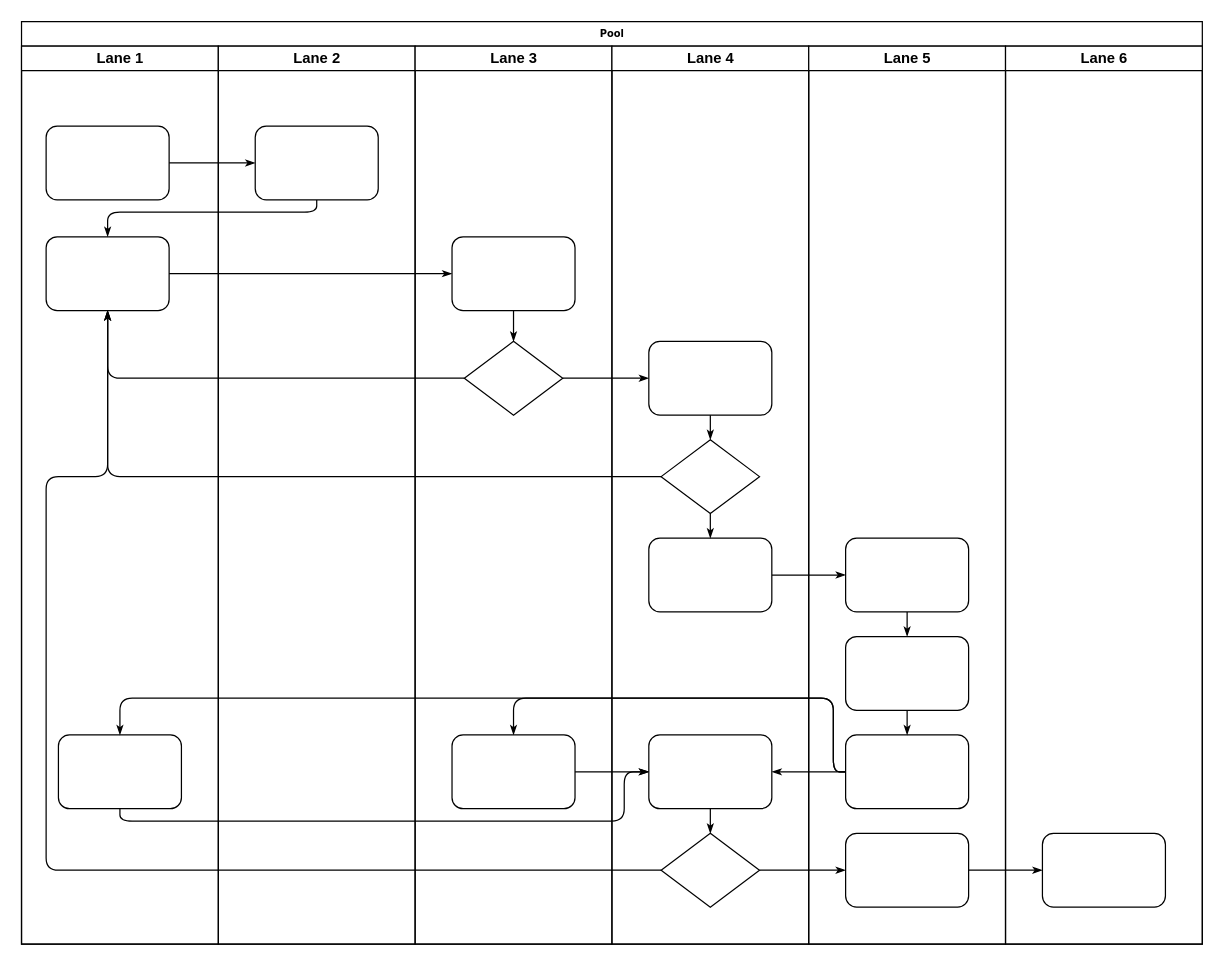
The draw.io diagram KOMPE_problemstillingstre.drawio in gardenberg/drawio_tegninger, before the edit. Source tidied: cells renumbered, new cells numbered last; positions are measured from the earlier drawing's top-left corner, leaving out a move shared by most shapes. Both pictures are drawn from the tidied source at 123%, with x=0, y=0 at pixel (21, 21).
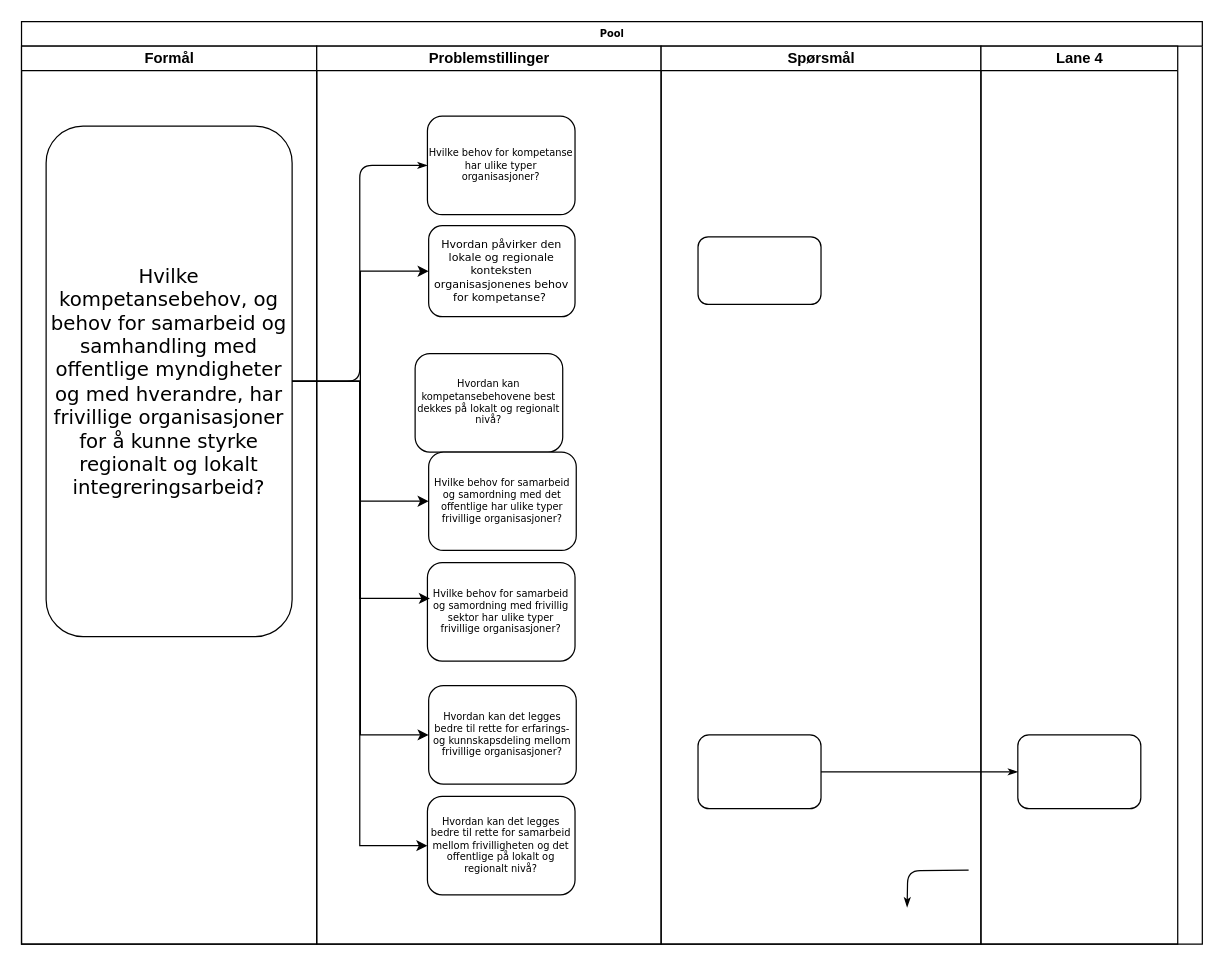
The same page after the edit.

Unchanged cells that the change refers to:
```xml
<mxCell id="2" value="Pool" style="swimlane;html=1;startSize=20;rounded=0;shadow=0;labelBackgroundColor=none;strokeWidth=1;fontFamily=Verdana;fontSize=8;align=center;" parent="1" vertex="1">
  <mxGeometry width="960" height="750" as="geometry" />
</mxCell>
<mxCell id="27" style="rounded=1;whiteSpace=wrap;html=1;shadow=0;labelBackgroundColor=none;strokeWidth=1;fontFamily=Verdana;fontSize=8;align=center;" parent="24" vertex="1">
  <mxGeometry x="30" y="560" width="100" height="60" as="geometry" />
</mxCell>
<mxCell id="33" style="rounded=1;whiteSpace=wrap;html=1;shadow=0;labelBackgroundColor=none;strokeWidth=1;fontFamily=Verdana;fontSize=8;align=center;" parent="29" vertex="1">
  <mxGeometry x="30" y="560" width="100" height="60" as="geometry" />
</mxCell>
```

What changed in the source:
```diff
@@
-    <mxCell id="3" value="Lane 1" style="swimlane;html=1;startSize=20;" parent="2" vertex="1">
-      <mxGeometry y="20" width="160" height="730" as="geometry" />
+    <mxCell id="3" value="Formål" style="swimlane;html=1;startSize=20;" parent="2" vertex="1">
+      <mxGeometry y="20" width="240" height="730" as="geometry" />
     </mxCell>
-    <mxCell id="4" style="rounded=1;whiteSpace=wrap;html=1;shadow=0;labelBackgroundColor=none;strokeWidth=1;fontFamily=Verdana;fontSize=8;align=center;" parent="3" vertex="1">
-      <mxGeometry x="20" y="65" width="100" height="60" as="geometry" />
+    <mxCell id="4" value="Hvilke kompetansebehov, og behov for samarbeid og samhandling med offentlige myndigheter og med hverandre, har frivillige organisasjoner for å kunne styrke regionalt og lokalt integreringsarbeid?" style="rounded=1;whiteSpace=wrap;html=1;shadow=0;labelBackgroundColor=none;strokeWidth=1;fontFamily=Verdana;fontSize=16;align=center;" parent="3" vertex="1">
+      <mxGeometry x="20" y="65" width="200" height="415" as="geometry" />
     </mxCell>
-    <mxCell id="5" style="rounded=1;whiteSpace=wrap;html=1;shadow=0;labelBackgroundColor=none;strokeWidth=1;fontFamily=Verdana;fontSize=8;align=center;" parent="3" vertex="1">
-      <mxGeometry x="20" y="155" width="100" height="60" as="geometry" />
-    </mxCell>
-    <mxCell id="6" style="rounded=1;whiteSpace=wrap;html=1;shadow=0;labelBackgroundColor=none;strokeWidth=1;fontFamily=Verdana;fontSize=8;align=center;" parent="3" vertex="1">
-      <mxGeometry x="30" y="560" width="100" height="60" as="geometry" />
-    </mxCell>
@@
-    <mxCell id="8" style="edgeStyle=orthogonalEdgeStyle;rounded=1;html=1;labelBackgroundColor=none;startArrow=none;startFill=0;startSize=5;endArrow=classicThin;endFill=1;endSize=5;jettySize=auto;strokeWidth=1;fontFamily=Verdana;fontSize=8;" parent="2" edge="1" source="23" target="5">
-      <mxGeometry relative="1" as="geometry">
-        <Array as="points">
-          <mxPoint x="240" y="155" />
-          <mxPoint x="70" y="155" />
-        </Array>
-      </mxGeometry>
-    </mxCell>
-    <mxCell id="9" style="edgeStyle=orthogonalEdgeStyle;rounded=1;html=1;labelBackgroundColor=none;startArrow=none;startFill=0;startSize=5;endArrow=classicThin;endFill=1;endSize=5;jettySize=auto;strokeWidth=1;fontFamily=Verdana;fontSize=8;" parent="2" edge="1" source="5" target="25">
-      <mxGeometry relative="1" as="geometry" />
-    </mxCell>
-    <mxCell id="10" style="edgeStyle=orthogonalEdgeStyle;rounded=1;html=1;labelBackgroundColor=none;startArrow=none;startFill=0;startSize=5;endArrow=classicThin;endFill=1;endSize=5;jettySize=auto;strokeWidth=1;fontFamily=Verdana;fontSize=8;" parent="2" edge="1" source="26" target="5">
-      <mxGeometry relative="1" as="geometry" />
-    </mxCell>
-    <mxCell id="11" style="edgeStyle=orthogonalEdgeStyle;rounded=1;html=1;labelBackgroundColor=none;startArrow=none;startFill=0;startSize=5;endArrow=classicThin;endFill=1;endSize=5;jettySize=auto;strokeWidth=1;fontFamily=Verdana;fontSize=8;" parent="2" edge="1" source="31" target="5">
-      <mxGeometry relative="1" as="geometry" />
-    </mxCell>
-    <mxCell id="12" style="edgeStyle=orthogonalEdgeStyle;rounded=1;html=1;labelBackgroundColor=none;startArrow=none;startFill=0;startSize=5;endArrow=classicThin;endFill=1;endSize=5;jettySize=auto;strokeWidth=1;fontFamily=Verdana;fontSize=8;" parent="2" edge="1" source="34" target="5">
-      <mxGeometry relative="1" as="geometry">
-        <Array as="points">
-          <mxPoint x="20" y="690" />
-          <mxPoint x="20" y="370" />
-          <mxPoint x="70" y="370" />
-        </Array>
-      </mxGeometry>
-    </mxCell>
-    <mxCell id="13" style="edgeStyle=orthogonalEdgeStyle;rounded=1;html=1;labelBackgroundColor=none;startArrow=none;startFill=0;startSize=5;endArrow=classicThin;endFill=1;endSize=5;jettySize=auto;strokeWidth=1;fontFamily=Verdana;fontSize=8;" parent="2" edge="1" source="26" target="30">
-      <mxGeometry relative="1" as="geometry" />
-    </mxCell>
-    <mxCell id="14" style="edgeStyle=orthogonalEdgeStyle;rounded=1;html=1;labelBackgroundColor=none;startArrow=none;startFill=0;startSize=5;endArrow=classicThin;endFill=1;endSize=5;jettySize=auto;strokeWidth=1;fontFamily=Verdana;fontSize=8;" parent="2" edge="1" source="34" target="42">
-      <mxGeometry relative="1" as="geometry" />
-    </mxCell>
-    <mxCell id="15" style="edgeStyle=orthogonalEdgeStyle;rounded=1;html=1;labelBackgroundColor=none;startArrow=none;startFill=0;startSize=5;endArrow=classicThin;endFill=1;endSize=5;jettySize=auto;strokeWidth=1;fontFamily=Verdana;fontSize=8;" parent="2" edge="1" source="42" target="46">
-      <mxGeometry relative="1" as="geometry" />
+    <mxCell id="15" style="edgeStyle=orthogonalEdgeStyle;rounded=1;html=1;labelBackgroundColor=none;startArrow=none;startFill=0;startSize=5;endArrow=classicThin;endFill=1;endSize=5;jettySize=auto;orthogonalLoop=1;strokeWidth=1;fontFamily=Verdana;fontSize=8;" parent="2" edge="1">
+      <mxGeometry relative="1" as="geometry">
+        <mxPoint x="770" y="690" as="sourcePoint" />
+        <mxPoint x="720" y="720" as="targetPoint" />
+      </mxGeometry>
     </mxCell>
-    <mxCell id="16" style="edgeStyle=orthogonalEdgeStyle;rounded=1;html=1;labelBackgroundColor=none;startArrow=none;startFill=0;startSize=5;endArrow=classicThin;endFill=1;endSize=5;jettySize=auto;strokeWidth=1;fontFamily=Verdana;fontSize=8;" parent="2" edge="1" source="32" target="39">
-      <mxGeometry relative="1" as="geometry" />
-    </mxCell>
-    <mxCell id="17" style="edgeStyle=orthogonalEdgeStyle;rounded=1;html=1;labelBackgroundColor=none;startArrow=none;startFill=0;startSize=5;endArrow=classicThin;endFill=1;endSize=5;jettySize=auto;strokeWidth=1;fontFamily=Verdana;fontSize=8;" parent="2" edge="1" source="41" target="27">
-      <mxGeometry relative="1" as="geometry">
-        <Array as="points">
-          <mxPoint x="660" y="610" />
-          <mxPoint x="660" y="550" />
-          <mxPoint x="400" y="550" />
-        </Array>
-      </mxGeometry>
-    </mxCell>
-    <mxCell id="18" style="edgeStyle=orthogonalEdgeStyle;rounded=1;html=1;labelBackgroundColor=none;startArrow=none;startFill=0;startSize=5;endArrow=classicThin;endFill=1;endSize=5;jettySize=auto;strokeColor=#000000;strokeWidth=1;fontFamily=Verdana;fontSize=8;fontColor=#000000;" parent="2" edge="1" source="41" target="33">
-      <mxGeometry relative="1" as="geometry" />
-    </mxCell>
-    <mxCell id="19" style="edgeStyle=orthogonalEdgeStyle;rounded=1;html=1;labelBackgroundColor=none;startArrow=none;startFill=0;startSize=5;endArrow=classicThin;endFill=1;endSize=5;jettySize=auto;strokeWidth=1;fontFamily=Verdana;fontSize=8;" parent="2" edge="1" source="41" target="6">
-      <mxGeometry relative="1" as="geometry">
-        <Array as="points">
-          <mxPoint x="660" y="610" />
-          <mxPoint x="660" y="550" />
-          <mxPoint x="80" y="550" />
-        </Array>
-      </mxGeometry>
-    </mxCell>
-    <mxCell id="20" style="edgeStyle=orthogonalEdgeStyle;rounded=1;html=1;labelBackgroundColor=none;startArrow=none;startFill=0;startSize=5;endArrow=classicThin;endFill=1;endSize=5;jettySize=auto;strokeWidth=1;fontFamily=Verdana;fontSize=8;" parent="2" edge="1" source="6" target="33">
-      <mxGeometry relative="1" as="geometry">
-        <Array as="points">
-          <mxPoint x="80" y="650" />
-          <mxPoint x="490" y="650" />
-          <mxPoint x="490" y="610" />
-        </Array>
-      </mxGeometry>
-    </mxCell>
@@
-    <mxCell id="22" value="Lane 2" style="swimlane;html=1;startSize=20;" parent="2" vertex="1">
-      <mxGeometry x="160" y="20" width="160" height="730" as="geometry" />
+    <mxCell id="22" value="Problemstillinger" style="swimlane;html=1;startSize=20;" parent="2" vertex="1">
+      <mxGeometry x="240" y="20" width="280" height="730" as="geometry" />
     </mxCell>
-    <mxCell id="23" style="rounded=1;whiteSpace=wrap;html=1;shadow=0;labelBackgroundColor=none;strokeWidth=1;fontFamily=Verdana;fontSize=8;align=center;" parent="22" vertex="1">
-      <mxGeometry x="30" y="65" width="100" height="60" as="geometry" />
+    <mxCell id="23" value="Hvilke behov for kompetanse har ulike typer organisasjoner?" style="rounded=1;whiteSpace=wrap;html=1;shadow=0;labelBackgroundColor=none;strokeWidth=1;fontFamily=Verdana;fontSize=8;align=center;" parent="22" vertex="1">
+      <mxGeometry x="90" y="57" width="120" height="80" as="geometry" />
     </mxCell>
+    <mxCell id="5" value="Hvordan påvirker den lokale og regionale konteksten organisasjonenes behov for kompetanse?&amp;nbsp;" style="rounded=1;whiteSpace=wrap;html=1;shadow=0;labelBackgroundColor=none;strokeWidth=1;fontFamily=Verdana;fontSize=9;align=center;" parent="22" vertex="1">
+      <mxGeometry x="91" y="146" width="119" height="74" as="geometry" />
+    </mxCell>
+    <mxCell id="47" value="Hvordan kan kompetansebehovene best dekkes på lokalt og regionalt nivå?" style="rounded=1;whiteSpace=wrap;html=1;shadow=0;labelBackgroundColor=none;strokeWidth=1;fontFamily=Verdana;fontSize=8;align=center;" parent="22" vertex="1">
+      <mxGeometry x="80" y="250" width="120" height="80" as="geometry" />
+    </mxCell>
+    <mxCell id="48" value="Hvilke behov for samarbeid og samordning med det offentlige har ulike typer frivillige organisasjoner?" style="rounded=1;whiteSpace=wrap;html=1;shadow=0;labelBackgroundColor=none;strokeWidth=1;fontFamily=Verdana;fontSize=8;align=center;" parent="22" vertex="1">
+      <mxGeometry x="91" y="330" width="120" height="80" as="geometry" />
+    </mxCell>
+    <mxCell id="49" value="Hvordan kan det legges bedre til rette for samarbeid mellom frivilligheten og det offentlige på lokalt og regionalt nivå?" style="rounded=1;whiteSpace=wrap;html=1;shadow=0;labelBackgroundColor=none;strokeWidth=1;fontFamily=Verdana;fontSize=8;align=center;" parent="22" vertex="1">
+      <mxGeometry x="90" y="610" width="120" height="80" as="geometry" />
+    </mxCell>
+    <mxCell id="50" value="Hvordan kan det legges bedre til rette for erfarings- og kunnskapsdeling mellom frivillige organisasjoner?" style="rounded=1;whiteSpace=wrap;html=1;shadow=0;labelBackgroundColor=none;strokeWidth=1;fontFamily=Verdana;fontSize=8;align=center;" parent="22" vertex="1">
+      <mxGeometry x="91" y="520" width="120" height="80" as="geometry" />
+    </mxCell>
+    <mxCell id="51" value="Hvilke behov for samarbeid og samordning med frivillig sektor har ulike typer frivillige organisasjoner?" style="rounded=1;whiteSpace=wrap;html=1;shadow=0;labelBackgroundColor=none;strokeWidth=1;fontFamily=Verdana;fontSize=8;align=center;" parent="22" vertex="1">
+      <mxGeometry x="90" y="420" width="120" height="80" as="geometry" />
+    </mxCell>
-    <mxCell id="24" value="Lane 3" style="swimlane;html=1;startSize=20;" parent="2" vertex="1">
-      <mxGeometry x="320" y="20" width="160" height="730" as="geometry" />
+    <mxCell id="24" value="Spørsmål" style="swimlane;html=1;startSize=20;" parent="2" vertex="1">
+      <mxGeometry x="520" y="20" width="260" height="730" as="geometry" />
     </mxCell>
     <mxCell id="25" style="rounded=1;whiteSpace=wrap;html=1;shadow=0;labelBackgroundColor=none;strokeWidth=1;fontFamily=Verdana;fontSize=8;align=center;" parent="24" vertex="1">
-      <mxGeometry x="30" y="155" width="100" height="60" as="geometry" />
+      <mxGeometry x="30" y="155" width="100" height="55" as="geometry" />
     </mxCell>
-    <mxCell id="26" style="rhombus;whiteSpace=wrap;html=1;rounded=0;shadow=0;labelBackgroundColor=none;strokeWidth=1;fontFamily=Verdana;fontSize=8;align=center;" parent="24" vertex="1">
-      <mxGeometry x="40" y="240" width="80" height="60" as="geometry" />
-    </mxCell>
@@
-    <mxCell id="28" style="edgeStyle=orthogonalEdgeStyle;rounded=1;html=1;labelBackgroundColor=none;startArrow=none;startFill=0;startSize=5;endArrow=classicThin;endFill=1;endSize=5;jettySize=auto;strokeWidth=1;fontFamily=Verdana;fontSize=8;" parent="24" edge="1" source="25" target="26">
-      <mxGeometry relative="1" as="geometry" />
-    </mxCell>
     <mxCell id="29" value="Lane 4" style="swimlane;html=1;startSize=20;" parent="2" vertex="1">
-      <mxGeometry x="480" y="20" width="160" height="730" as="geometry" />
+      <mxGeometry x="780" y="20" width="160" height="730" as="geometry" />
     </mxCell>
-    <mxCell id="30" style="rounded=1;whiteSpace=wrap;html=1;shadow=0;labelBackgroundColor=none;strokeWidth=1;fontFamily=Verdana;fontSize=8;align=center;" parent="29" vertex="1">
-      <mxGeometry x="30" y="240" width="100" height="60" as="geometry" />
-    </mxCell>
-    <mxCell id="31" style="rhombus;whiteSpace=wrap;html=1;rounded=0;shadow=0;labelBackgroundColor=none;strokeWidth=1;fontFamily=Verdana;fontSize=8;align=center;" parent="29" vertex="1">
-      <mxGeometry x="40" y="320" width="80" height="60" as="geometry" />
-    </mxCell>
-    <mxCell id="32" style="rounded=1;whiteSpace=wrap;html=1;shadow=0;labelBackgroundColor=none;strokeWidth=1;fontFamily=Verdana;fontSize=8;align=center;" parent="29" vertex="1">
-      <mxGeometry x="30" y="400" width="100" height="60" as="geometry" />
-    </mxCell>
@@
-    <mxCell id="34" style="rhombus;whiteSpace=wrap;html=1;rounded=0;shadow=0;labelBackgroundColor=none;strokeWidth=1;fontFamily=Verdana;fontSize=8;align=center;" parent="29" vertex="1">
-      <mxGeometry x="40" y="640" width="80" height="60" as="geometry" />
-    </mxCell>
-    <mxCell id="35" style="edgeStyle=orthogonalEdgeStyle;rounded=1;html=1;labelBackgroundColor=none;startArrow=none;startFill=0;startSize=5;endArrow=classicThin;endFill=1;endSize=5;jettySize=auto;strokeColor=#000000;strokeWidth=1;fontFamily=Verdana;fontSize=8;fontColor=#000000;" parent="29" edge="1" source="30" target="31">
-      <mxGeometry relative="1" as="geometry" />
-    </mxCell>
-    <mxCell id="36" style="edgeStyle=orthogonalEdgeStyle;rounded=1;html=1;labelBackgroundColor=none;startArrow=none;startFill=0;startSize=5;endArrow=classicThin;endFill=1;endSize=5;jettySize=auto;strokeWidth=1;fontFamily=Verdana;fontSize=8;" parent="29" edge="1" source="31" target="32">
-      <mxGeometry relative="1" as="geometry" />
-    </mxCell>
-    <mxCell id="37" style="edgeStyle=orthogonalEdgeStyle;rounded=1;html=1;labelBackgroundColor=none;startArrow=none;startFill=0;startSize=5;endArrow=classicThin;endFill=1;endSize=5;jettySize=auto;strokeWidth=1;fontFamily=Verdana;fontSize=8;" parent="29" edge="1" source="33" target="34">
-      <mxGeometry relative="1" as="geometry" />
-    </mxCell>
-    <mxCell id="38" value="Lane 5" style="swimlane;html=1;startSize=20;" parent="2" vertex="1">
-      <mxGeometry x="640" y="20" width="160" height="730" as="geometry" />
-    </mxCell>
-    <mxCell id="39" style="rounded=1;whiteSpace=wrap;html=1;shadow=0;labelBackgroundColor=none;strokeWidth=1;fontFamily=Verdana;fontSize=8;align=center;" parent="38" vertex="1">
-      <mxGeometry x="30" y="400" width="100" height="60" as="geometry" />
-    </mxCell>
-    <mxCell id="40" style="rounded=1;whiteSpace=wrap;html=1;shadow=0;labelBackgroundColor=none;strokeWidth=1;fontFamily=Verdana;fontSize=8;align=center;" parent="38" vertex="1">
-      <mxGeometry x="30" y="480" width="100" height="60" as="geometry" />
-    </mxCell>
-    <mxCell id="41" style="rounded=1;whiteSpace=wrap;html=1;shadow=0;labelBackgroundColor=none;strokeWidth=1;fontFamily=Verdana;fontSize=8;align=center;" parent="38" vertex="1">
-      <mxGeometry x="30" y="560" width="100" height="60" as="geometry" />
-    </mxCell>
-    <mxCell id="42" style="rounded=1;whiteSpace=wrap;html=1;shadow=0;labelBackgroundColor=none;strokeWidth=1;fontFamily=Verdana;fontSize=8;align=center;" parent="38" vertex="1">
-      <mxGeometry x="30" y="640" width="100" height="60" as="geometry" />
-    </mxCell>
-    <mxCell id="43" style="edgeStyle=orthogonalEdgeStyle;rounded=1;html=1;labelBackgroundColor=none;startArrow=none;startFill=0;startSize=5;endArrow=classicThin;endFill=1;endSize=5;jettySize=auto;strokeWidth=1;fontFamily=Verdana;fontSize=8;" parent="38" edge="1" source="39" target="40">
-      <mxGeometry relative="1" as="geometry" />
-    </mxCell>
-    <mxCell id="44" style="edgeStyle=orthogonalEdgeStyle;rounded=1;html=1;labelBackgroundColor=none;startArrow=none;startFill=0;startSize=5;endArrow=classicThin;endFill=1;endSize=5;jettySize=auto;strokeWidth=1;fontFamily=Verdana;fontSize=8;" parent="38" edge="1" source="40" target="41">
-      <mxGeometry relative="1" as="geometry" />
-    </mxCell>
-    <mxCell id="45" value="Lane 6" style="swimlane;html=1;startSize=20;" parent="2" vertex="1">
-      <mxGeometry x="800" y="20" width="160" height="730" as="geometry" />
-    </mxCell>
-    <mxCell id="46" style="rounded=1;whiteSpace=wrap;html=1;shadow=0;labelBackgroundColor=none;strokeWidth=1;fontFamily=Verdana;fontSize=8;align=center;" parent="45" vertex="1">
-      <mxGeometry x="30" y="640" width="100" height="60" as="geometry" />
-    </mxCell>
+    <mxCell id="52" style="edgeStyle=orthogonalEdgeStyle;rounded=0;jettySize=auto;html=1;fontSize=16;" parent="2" edge="1" source="4" target="5">
+      <mxGeometry relative="1" as="geometry" />
+    </mxCell>
+    <mxCell id="53" style="edgeStyle=orthogonalEdgeStyle;rounded=0;jettySize=auto;html=1;fontSize=16;" parent="2" edge="1" source="4" target="48">
+      <mxGeometry relative="1" as="geometry" />
+    </mxCell>
+    <mxCell id="54" style="edgeStyle=orthogonalEdgeStyle;rounded=0;jettySize=auto;html=1;entryX=0.017;entryY=0.363;entryDx=0;entryDy=0;entryPerimeter=0;fontSize=16;" parent="2" edge="1" source="4" target="51">
+      <mxGeometry relative="1" as="geometry" />
+    </mxCell>
+    <mxCell id="55" style="edgeStyle=orthogonalEdgeStyle;rounded=0;jettySize=auto;html=1;entryX=0;entryY=0.5;entryDx=0;entryDy=0;fontSize=16;" parent="2" edge="1" source="4" target="50">
+      <mxGeometry relative="1" as="geometry" />
+    </mxCell>
+    <mxCell id="56" style="edgeStyle=orthogonalEdgeStyle;rounded=0;jettySize=auto;html=1;entryX=0;entryY=0.5;entryDx=0;entryDy=0;fontSize=16;" parent="2" edge="1" source="4" target="49">
+      <mxGeometry relative="1" as="geometry" />
+    </mxCell>
```
